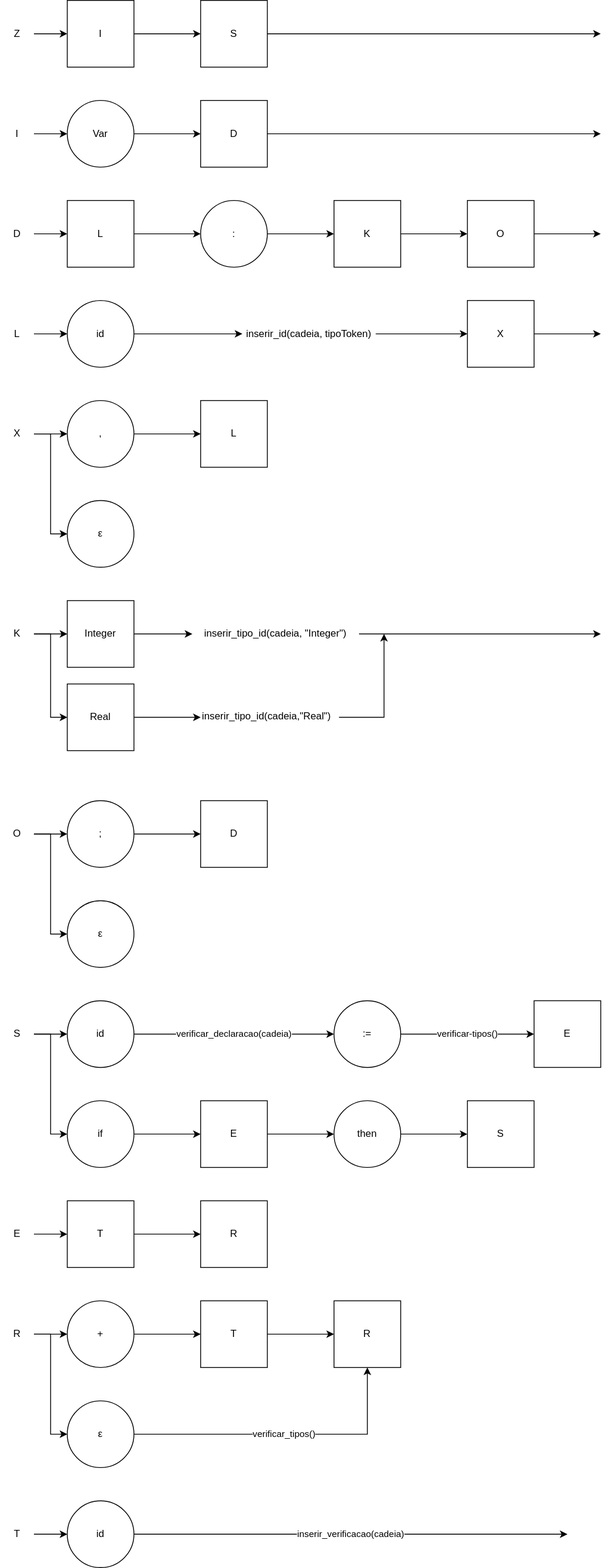
Moacyr007/Compiladores-I keeps this draw.io diagram as Grafos Sintaticos Compiladores 1 - com ações semânticas.svg. Above is the earlier version. Source tidied: cells renumbered, new cells last; positions are measured from the earlier drawing's top-left corner, leaving out a move shared by most shapes.
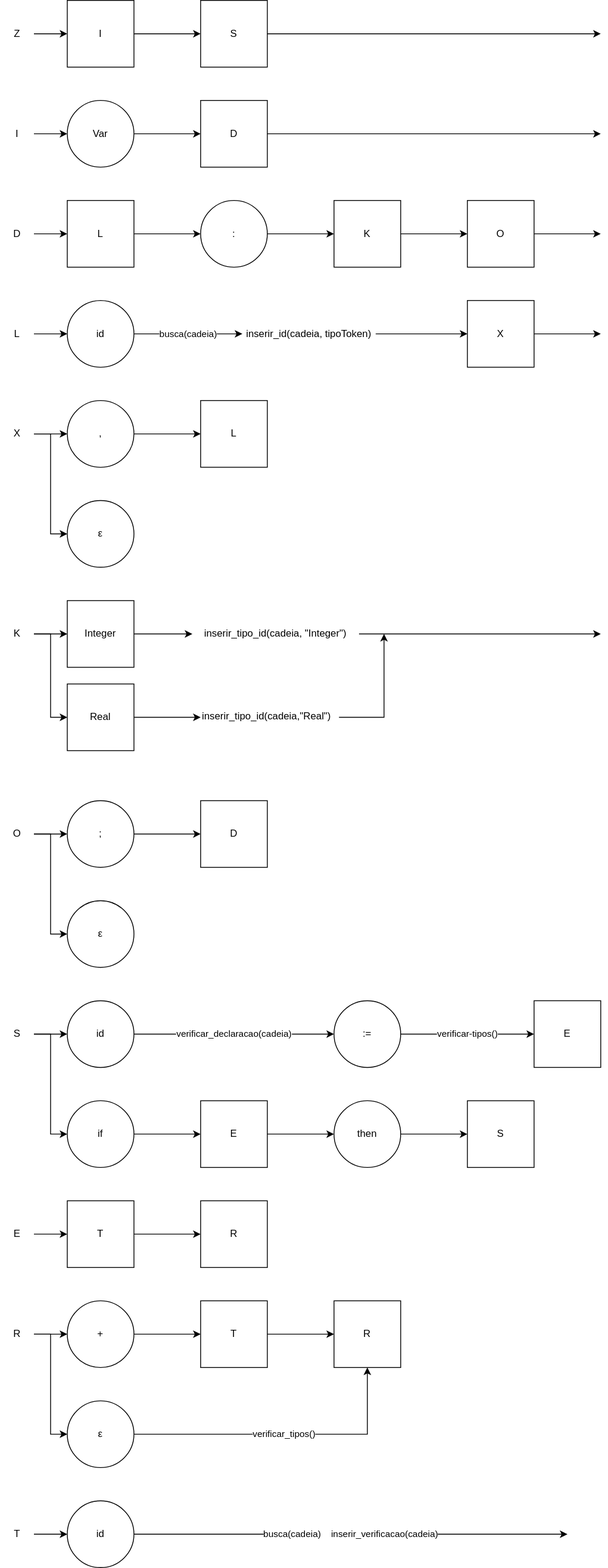
Above is the later version.

Diff of the diagram source:
```diff
@@ -66,7 +66,7 @@
     <mxCell id="21" value="L" style="text;html=1;strokeColor=none;fillColor=none;align=center;verticalAlign=middle;whiteSpace=wrap;rounded=0;" parent="1" vertex="1">
       <mxGeometry y="390" width="40" height="20" as="geometry" />
     </mxCell>
-    <mxCell id="22" style="edgeStyle=orthogonalEdgeStyle;rounded=0;jettySize=auto;html=1;entryX=0;entryY=0.5;entryDx=0;entryDy=0;" parent="1" edge="1" source="23" target="85">
+    <mxCell id="22" value="busca(cadeia)" style="edgeStyle=orthogonalEdgeStyle;rounded=0;jettySize=auto;html=1;entryX=0;entryY=0.5;entryDx=0;entryDy=0;" parent="1" edge="1" source="23" target="85">
       <mxGeometry relative="1" as="geometry" />
     </mxCell>
     <mxCell id="23" value="id" style="ellipse;whiteSpace=wrap;html=1;" parent="1" vertex="1">
@@ -250,7 +250,7 @@
     <mxCell id="81" value="T" style="text;html=1;strokeColor=none;fillColor=none;align=center;verticalAlign=middle;whiteSpace=wrap;rounded=0;" parent="1" vertex="1">
       <mxGeometry y="1830" width="40" height="20" as="geometry" />
     </mxCell>
-    <mxCell id="82" value="inserir_verificacao(cadeia)" style="edgeStyle=orthogonalEdgeStyle;rounded=0;jettySize=auto;html=1;" parent="1" edge="1" source="83">
+    <mxCell id="82" value="busca(cadeia)&amp;nbsp; &amp;nbsp; inserir_verificacao(cadeia)" style="edgeStyle=orthogonalEdgeStyle;rounded=0;jettySize=auto;html=1;" parent="1" edge="1" source="83">
       <mxGeometry relative="1" as="geometry">
         <mxPoint x="680" y="1840" as="targetPoint" />
       </mxGeometry>
```
